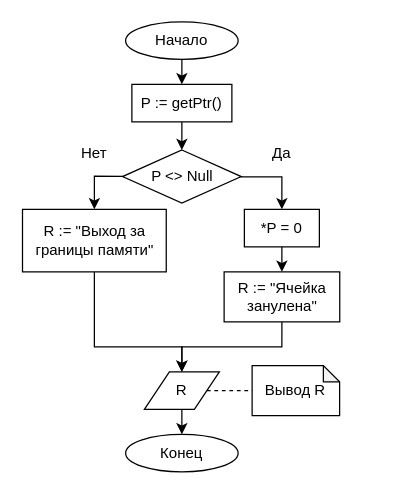
Before: page "Page-1" (1 of 7) of Организация ЭВМ и систем/Отчет/reset.drawio in eldarian-1/pstu, a draw.io diagram. Source tidied: cells renumbered, new cells numbered last; positions are measured from the earlier drawing's top-left corner, leaving out a move shared by most shapes. Both pictures are drawn from the tidied source at 125%, with x=0, y=0 at pixel (22, 21).
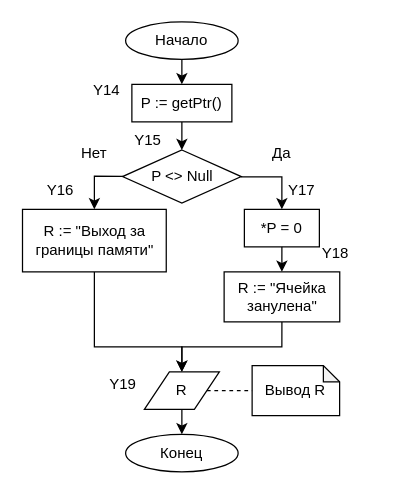
After the change.

Diff of the diagram source:
```diff
@@
+    <mxCell id="22" value="Y14" style="text;html=1;strokeColor=none;fillColor=none;align=center;verticalAlign=middle;whiteSpace=wrap;rounded=0;" parent="1" vertex="1">
+      <mxGeometry x="37" y="40" width="60" height="30" as="geometry" />
+    </mxCell>
@@
+    <mxCell id="23" value="Y15" style="text;html=1;strokeColor=none;fillColor=none;align=center;verticalAlign=middle;whiteSpace=wrap;rounded=0;" parent="1" vertex="1">
+      <mxGeometry x="69.5" y="80" width="60" height="30" as="geometry" />
+    </mxCell>
+    <mxCell id="24" value="Y16" style="text;html=1;strokeColor=none;fillColor=none;align=center;verticalAlign=middle;whiteSpace=wrap;rounded=0;" parent="1" vertex="1">
+      <mxGeometry x="-0.5" y="120" width="60" height="30" as="geometry" />
+    </mxCell>
+    <mxCell id="25" value="Y17" style="text;html=1;strokeColor=none;fillColor=none;align=center;verticalAlign=middle;whiteSpace=wrap;rounded=0;" parent="1" vertex="1">
+      <mxGeometry x="193.2" y="120" width="60" height="30" as="geometry" />
+    </mxCell>
+    <mxCell id="26" value="Y18" style="text;html=1;strokeColor=none;fillColor=none;align=center;verticalAlign=middle;whiteSpace=wrap;rounded=0;" parent="1" vertex="1">
+      <mxGeometry x="219.5" y="170" width="60" height="30" as="geometry" />
+    </mxCell>
+    <mxCell id="27" value="Y19" style="text;html=1;strokeColor=none;fillColor=none;align=center;verticalAlign=middle;whiteSpace=wrap;rounded=0;" parent="1" vertex="1">
+      <mxGeometry x="49.5" y="275" width="60" height="30" as="geometry" />
+    </mxCell>
```
